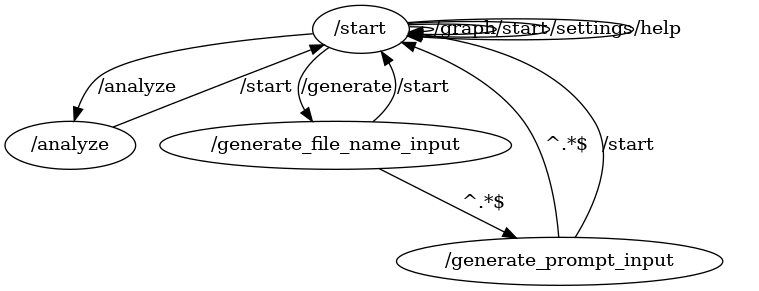
Earlier version of the Graphviz export flows/morph.png (VasyaLutiy/MorphReborn). Its source is kept beside it as flows/morph.dot. Its diagram source:
```dot
digraph G {
	"/start" -> "/start" [label="/graph"]
	"/start" -> "/start" [label="/start"]
	"/start" -> "/start" [label="/settings"]
	"/start" -> "/start" [label="/help"]
	"/start" -> "/analyze" [label="/analyze"]
	"/analyze" -> "/start" [label="/start"]
	"/start" -> "/generate_file_name_input" [label="/generate"]
	"/generate_file_name_input" -> "/start" [label="/start"]
	"/generate_file_name_input" -> "/generate_prompt_input" [label="^.*$"]
	"/generate_prompt_input" -> "/start" [label="^.*$"]
	"/generate_prompt_input" -> "/start" [label="/start"]
}
```
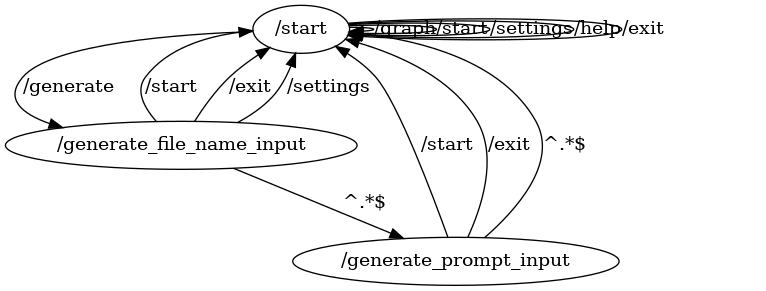
After the change.

Commit message:
- added the "exit" action.

The edit, as a diff of the source:
```diff
@@ -3,11 +3,13 @@
 	"/start" -> "/start" [label="/start"]
 	"/start" -> "/start" [label="/settings"]
 	"/start" -> "/start" [label="/help"]
-	"/start" -> "/analyze" [label="/analyze"]
-	"/analyze" -> "/start" [label="/start"]
+	"/start" -> "/start" [label="/exit"]
 	"/start" -> "/generate_file_name_input" [label="/generate"]
 	"/generate_file_name_input" -> "/start" [label="/start"]
+	"/generate_file_name_input" -> "/start" [label="/exit"]
+	"/generate_file_name_input" -> "/start" [label="/settings"]
 	"/generate_file_name_input" -> "/generate_prompt_input" [label="^.*$"]
+	"/generate_prompt_input" -> "/start" [label="/start"]
+	"/generate_prompt_input" -> "/start" [label="/exit"]
 	"/generate_prompt_input" -> "/start" [label="^.*$"]
-	"/generate_prompt_input" -> "/start" [label="/start"]
 }
```
